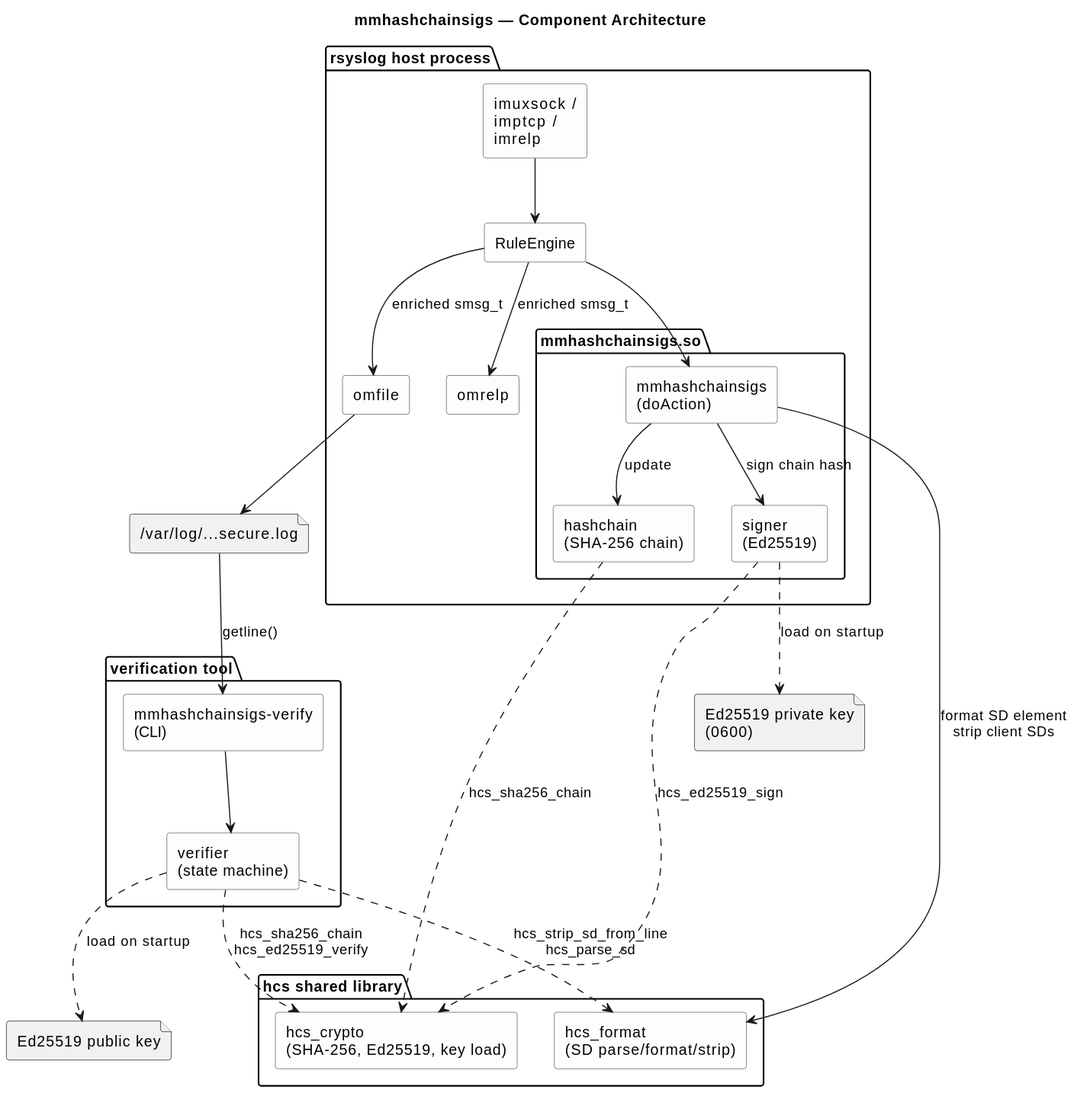
The PlantUML diagram docs/diagrams/architecture.svg in hildstrom/mmhashchainsigs, before a commit.
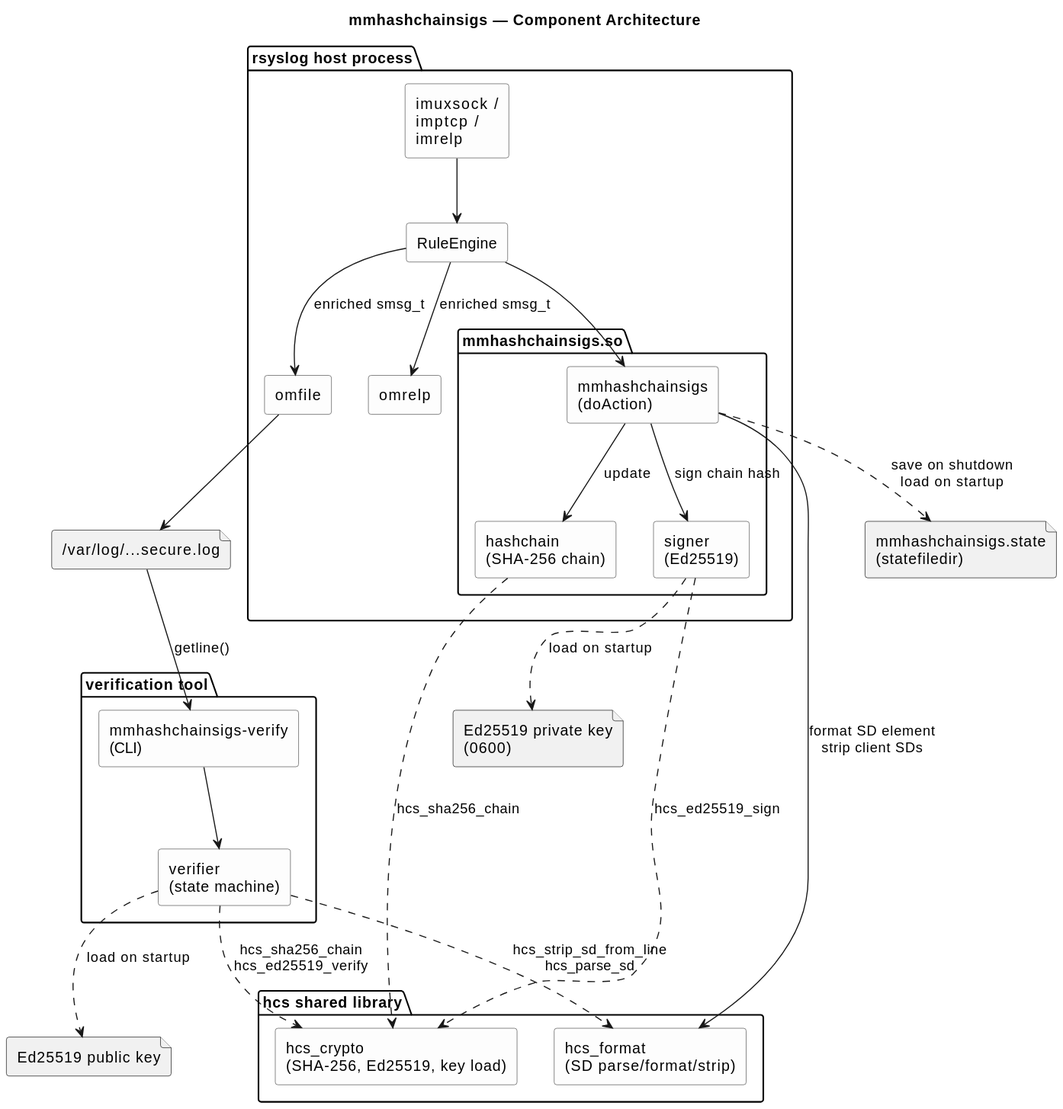
The same file after the commit.

Change to the diagram source:
```diff
@@ -35,12 +35,14 @@
 file "Ed25519 private key\n(0600)" as Privkey
 file "Ed25519 public key" as Pubkey
 file "/var/log/...secure.log" as LogFile
+file "mmhashchainsigs.state\n(statefiledir)" as StateFile
 
 Input --> Engine
 Engine --> MMHCS
 MMHCS --> Chain : update
 MMHCS --> Signer : sign chain hash
 MMHCS --> Format : format SD element\nstrip client SDs
+MMHCS ..> StateFile : save on shutdown\nload on startup
 Chain ..> Crypto : hcs_sha256_chain
 Signer ..> Crypto : hcs_ed25519_sign
 Signer ..> Privkey : load on startup
```
